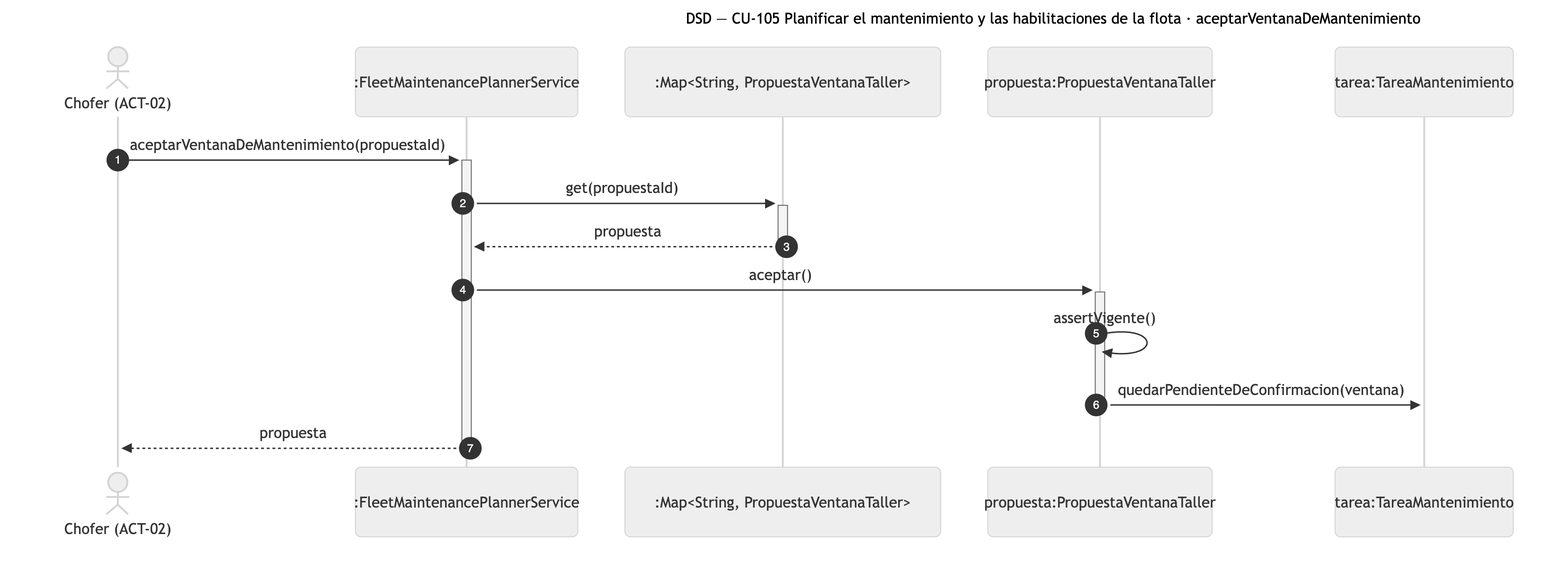
Above: diagramas/png/DSD_CU-105_aceptarVentanaDeMantenimiento.png in Nahuelito-Dev/splg-docs (Mermaid), before the change. Its source is kept beside it as diagramas/DSD_CU-105_aceptarVentanaDeMantenimiento.mmd.
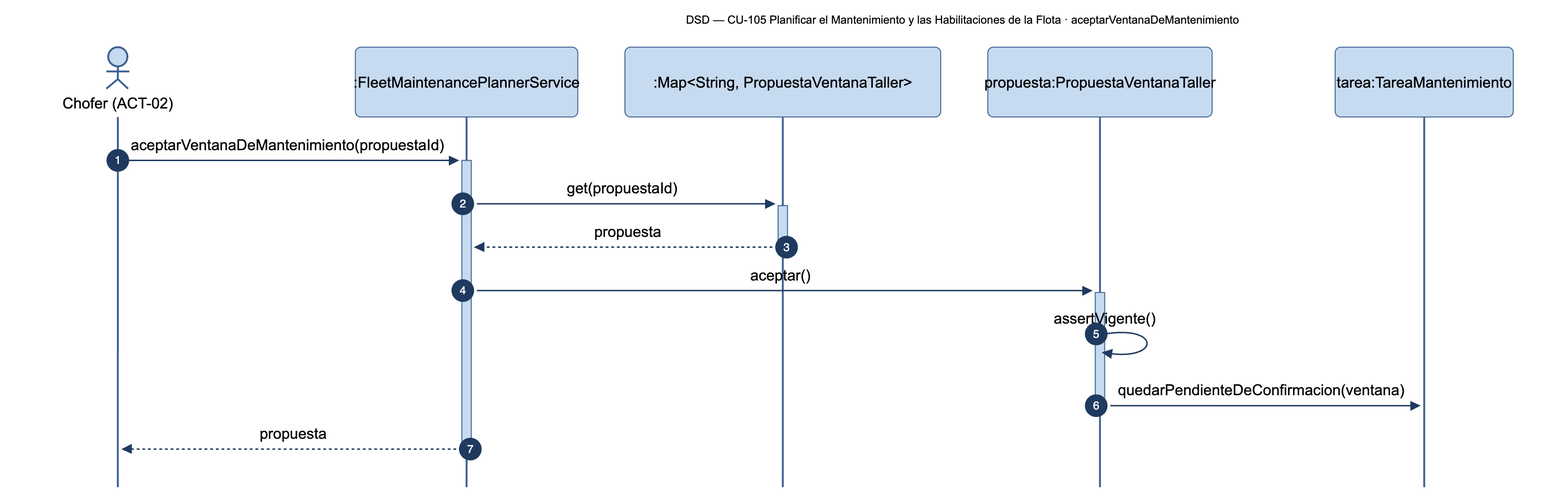
After the change.

Change to the diagram source:
```diff
@@ -1,5 +1,5 @@
 sequenceDiagram
-    title DSD — CU-105 Planificar el mantenimiento y las habilitaciones de la flota · aceptarVentanaDeMantenimiento
+    title DSD — CU-105 Planificar el Mantenimiento y las Habilitaciones de la Flota · aceptarVentanaDeMantenimiento
     autonumber
     actor CHF as Chofer (ACT-02)
     participant PLN as :FleetMaintenancePlannerService
```
